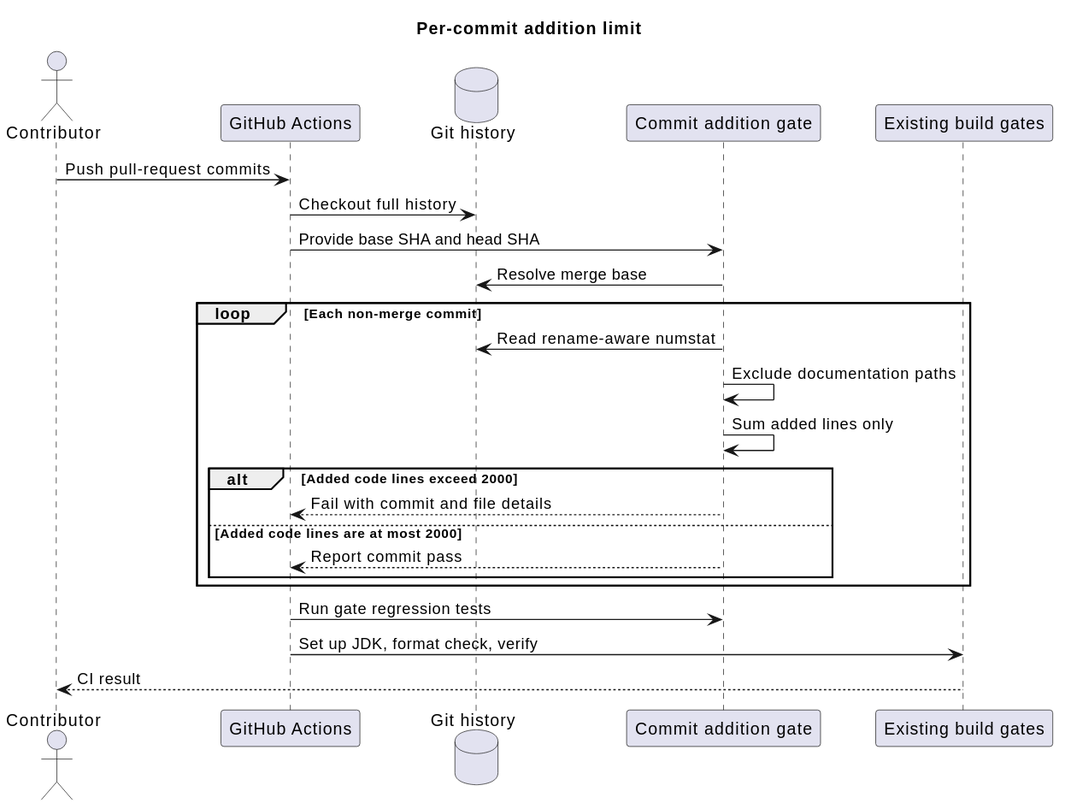
The PlantUML diagram docs/designs/commit-addition-limit/commit_addition_limit.svg in 2862282695gjh-afk/pi-mono-java, before a commit.
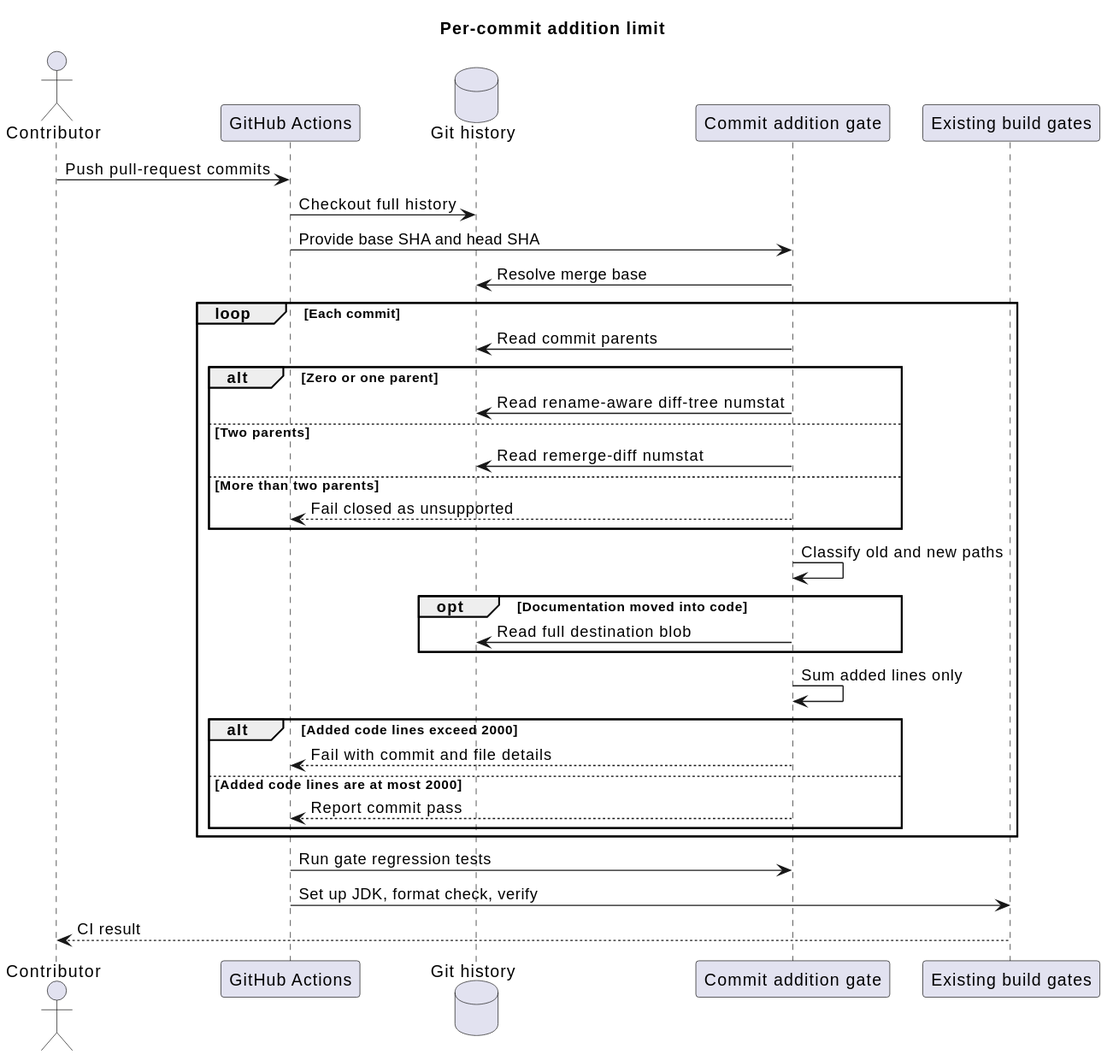
After the commit.

Diff of the diagram source:
```diff
@@ -12,9 +12,19 @@
 Actions -> Gate: Provide base SHA and head SHA
 Gate -> Git: Resolve merge base
 
-loop Each non-merge commit
-  Gate -> Git: Read rename-aware numstat
-  Gate -> Gate: Exclude documentation paths
+loop Each commit
+  Gate -> Git: Read commit parents
+  alt Zero or one parent
+    Gate -> Git: Read rename-aware diff-tree numstat
+  else Two parents
+    Gate -> Git: Read remerge-diff numstat
+  else More than two parents
+    Gate --> Actions: Fail closed as unsupported
+  end
+  Gate -> Gate: Classify old and new paths
+  opt Documentation moved into code
+    Gate -> Git: Read full destination blob
+  end
   Gate -> Gate: Sum added lines only
   alt Added code lines exceed 2000
     Gate --> Actions: Fail with commit and file details
```
